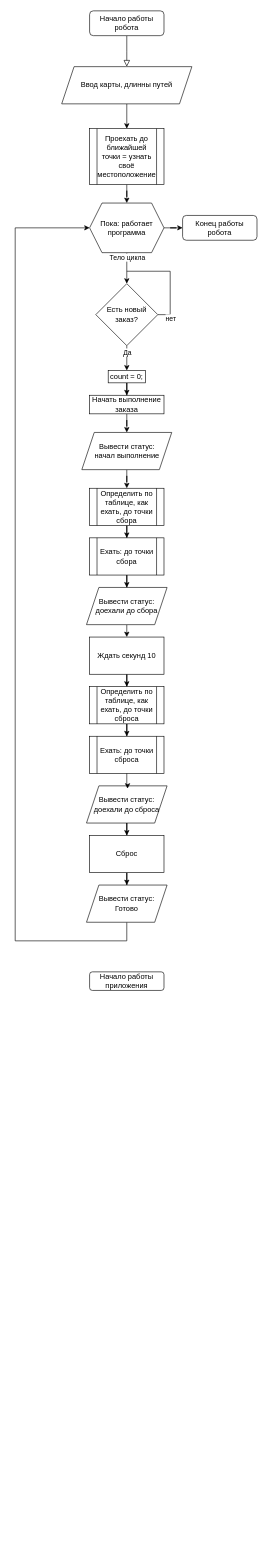
Above: OUR_SCHEMATICA.drawio in TransoChel/ProjectRobotLogistic (draw.io), before the change. Source tidied: cells renumbered, new cells numbered last; positions are measured from the earlier drawing's top-left corner, leaving out a move shared by most shapes. Both pictures are drawn from the tidied source at 62%, with x=0, y=0 at pixel (15, 11).
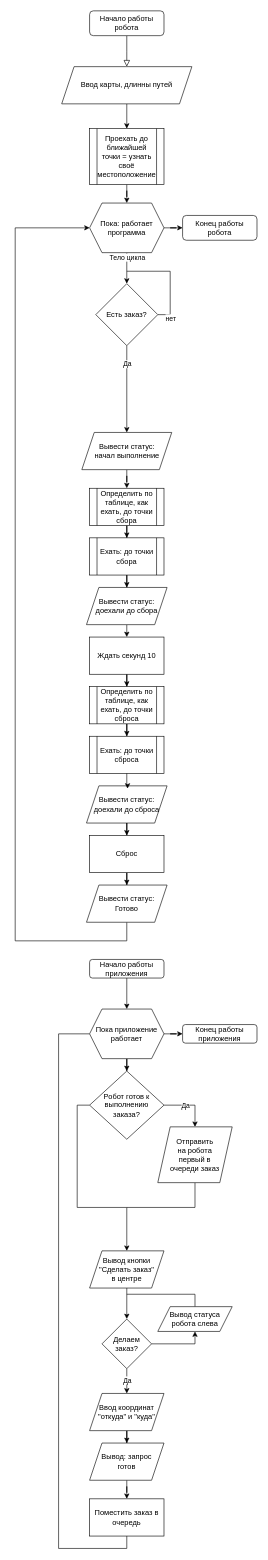
After the change.

The change refers to these unchanged cells:
```xml
<mxCell id="42" value="Вывести статус: &lt;br&gt;начал выполнение" style="shape=parallelogram;perimeter=parallelogramPerimeter;whiteSpace=wrap;html=1;fixedSize=1;" parent="1" vertex="1">
  <mxGeometry x="107.5" y="680" width="145" height="60" as="geometry" />
</mxCell>
```

What changed in the source:
```diff
@@
-    <mxCell id="10" style="edgeStyle=orthogonalEdgeStyle;rounded=0;jettySize=auto;html=1;entryX=0.5;entryY=0;entryDx=0;entryDy=0;" parent="1" edge="1" source="14" target="39">
+    <mxCell id="10" style="edgeStyle=orthogonalEdgeStyle;rounded=0;jettySize=auto;html=1;entryX=0.5;entryY=0;entryDx=0;entryDy=0;" parent="1" edge="1" source="14" target="42">
       <mxGeometry relative="1" as="geometry" />
     </mxCell>
@@
-    <mxCell id="14" value="Есть новый заказ?" style="rhombus;whiteSpace=wrap;html=1;" parent="1" vertex="1">
+    <mxCell id="14" value="Есть заказ?" style="rhombus;whiteSpace=wrap;html=1;" parent="1" vertex="1">
       <mxGeometry x="130" y="440" width="100" height="100" as="geometry" />
     </mxCell>
@@
-    <mxCell id="19" style="edgeStyle=orthogonalEdgeStyle;rounded=0;jettySize=auto;html=1;entryX=0.5;entryY=0;entryDx=0;entryDy=0;" parent="1" edge="1" source="20" target="42">
-      <mxGeometry relative="1" as="geometry" />
-    </mxCell>
-    <mxCell id="20" value="Начать выполнение заказа" style="rounded=0;whiteSpace=wrap;html=1;" parent="1" vertex="1">
-      <mxGeometry x="120" y="620" width="120" height="30" as="geometry" />
-    </mxCell>
@@
-    <mxCell id="38" style="edgeStyle=orthogonalEdgeStyle;rounded=0;jettySize=auto;html=1;entryX=0.5;entryY=0;entryDx=0;entryDy=0;" parent="1" edge="1" source="39" target="20">
-      <mxGeometry relative="1" as="geometry" />
-    </mxCell>
-    <mxCell id="39" value="count = 0;" style="rounded=0;whiteSpace=wrap;html=1;" parent="1" vertex="1">
-      <mxGeometry x="150" y="580" width="60" height="20" as="geometry" />
-    </mxCell>
+    <mxCell id="43" style="edgeStyle=orthogonalEdgeStyle;rounded=0;jettySize=auto;html=1;entryX=0.5;entryY=0;entryDx=0;entryDy=0;" parent="1" edge="1" source="40" target="57">
+      <mxGeometry relative="1" as="geometry" />
+    </mxCell>
     <mxCell id="40" value="Начало работы приложения" style="rounded=1;whiteSpace=wrap;html=1;" parent="1" vertex="1">
-      <mxGeometry x="120" y="1550" width="120" height="30" as="geometry" />
+      <mxGeometry x="120" y="1530" width="120" height="30" as="geometry" />
     </mxCell>
@@
+    <mxCell id="44" style="edgeStyle=orthogonalEdgeStyle;rounded=0;jettySize=auto;html=1;entryX=0.5;entryY=0;entryDx=0;entryDy=0;" parent="1" edge="1" source="45" target="49">
+      <mxGeometry relative="1" as="geometry" />
+    </mxCell>
+    <mxCell id="45" value="Вывод кнопки &quot;Сделать заказ&quot;&lt;br&gt;в центре" style="shape=parallelogram;perimeter=parallelogramPerimeter;whiteSpace=wrap;html=1;fixedSize=1;" parent="1" vertex="1">
+      <mxGeometry x="120" y="2000" width="120" height="60" as="geometry" />
+    </mxCell>
+    <mxCell id="46" style="edgeStyle=orthogonalEdgeStyle;rounded=0;jettySize=auto;html=1;entryX=0.5;entryY=0;entryDx=0;entryDy=0;" parent="1" edge="1" source="49" target="51">
+      <mxGeometry relative="1" as="geometry" />
+    </mxCell>
+    <mxCell id="47" value="Да" style="edgeLabel;html=1;align=center;verticalAlign=middle;" parent="46" vertex="1">
+      <mxGeometry x="-0.1" relative="1" as="geometry" />
+    </mxCell>
+    <mxCell id="48" style="edgeStyle=orthogonalEdgeStyle;rounded=0;jettySize=auto;html=1;entryX=0.5;entryY=1;entryDx=0;entryDy=0;" parent="1" edge="1" source="49" target="61">
+      <mxGeometry relative="1" as="geometry" />
+    </mxCell>
+    <mxCell id="49" value="Делаем заказ?" style="rhombus;whiteSpace=wrap;html=1;" parent="1" vertex="1">
+      <mxGeometry x="140" y="2110" width="80" height="80" as="geometry" />
+    </mxCell>
+    <mxCell id="50" style="edgeStyle=orthogonalEdgeStyle;rounded=0;jettySize=auto;html=1;" parent="1" edge="1" source="51" target="54">
+      <mxGeometry relative="1" as="geometry" />
+    </mxCell>
+    <mxCell id="51" value="Ввод координат &quot;откуда&quot; и &quot;куда&quot;" style="shape=parallelogram;perimeter=parallelogramPerimeter;whiteSpace=wrap;html=1;fixedSize=1;" parent="1" vertex="1">
+      <mxGeometry x="120" y="2230" width="120" height="60" as="geometry" />
+    </mxCell>
+    <mxCell id="52" style="edgeStyle=orthogonalEdgeStyle;rounded=0;jettySize=auto;html=1;exitX=0.5;exitY=1;exitDx=0;exitDy=0;endArrow=none;endFill=0;entryX=0;entryY=0.5;entryDx=0;entryDy=0;" parent="1" edge="1" source="62" target="57">
+      <mxGeometry relative="1" as="geometry">
+        <Array as="points">
+          <mxPoint x="180" y="2480" />
+          <mxPoint x="70" y="2480" />
+          <mxPoint x="70" y="1650" />
+        </Array>
+      </mxGeometry>
+    </mxCell>
+    <mxCell id="53" style="edgeStyle=orthogonalEdgeStyle;rounded=0;jettySize=auto;html=1;entryX=0.5;entryY=0;entryDx=0;entryDy=0;" parent="1" edge="1" source="54" target="62">
+      <mxGeometry relative="1" as="geometry" />
+    </mxCell>
+    <mxCell id="54" value="Вывод: запрос &lt;br&gt;готов" style="shape=parallelogram;perimeter=parallelogramPerimeter;whiteSpace=wrap;html=1;fixedSize=1;" parent="1" vertex="1">
+      <mxGeometry x="120" y="2310" width="120" height="60" as="geometry" />
+    </mxCell>
+    <mxCell id="55" style="edgeStyle=orthogonalEdgeStyle;rounded=0;jettySize=auto;html=1;entryX=0.5;entryY=0;entryDx=0;entryDy=0;exitX=0.5;exitY=1;exitDx=0;exitDy=0;" parent="1" edge="1" source="67" target="45">
+      <mxGeometry relative="1" as="geometry">
+        <Array as="points">
+          <mxPoint x="290" y="1930" />
+          <mxPoint x="180" y="1930" />
+        </Array>
+      </mxGeometry>
+    </mxCell>
+    <mxCell id="56" style="edgeStyle=orthogonalEdgeStyle;rounded=0;jettySize=auto;html=1;entryX=0.5;entryY=0;entryDx=0;entryDy=0;" parent="1" edge="1" source="57" target="66">
+      <mxGeometry relative="1" as="geometry" />
+    </mxCell>
+    <mxCell id="57" value="Пока приложение работает" style="shape=hexagon;perimeter=hexagonPerimeter2;whiteSpace=wrap;html=1;fixedSize=1;" parent="1" vertex="1">
+      <mxGeometry x="120" y="1610" width="120" height="80" as="geometry" />
+    </mxCell>
+    <mxCell id="58" value="Конец работы приложения" style="rounded=1;whiteSpace=wrap;html=1;" parent="1" vertex="1">
+      <mxGeometry x="270" y="1635" width="120" height="30" as="geometry" />
+    </mxCell>
+    <mxCell id="59" style="edgeStyle=orthogonalEdgeStyle;rounded=0;jettySize=auto;html=1;entryX=0;entryY=0.5;entryDx=0;entryDy=0;" parent="1" edge="1" source="57" target="58">
+      <mxGeometry relative="1" as="geometry" />
+    </mxCell>
+    <mxCell id="60" style="edgeStyle=orthogonalEdgeStyle;rounded=0;jettySize=auto;html=1;endArrow=none;endFill=0;" parent="1" edge="1" source="61">
+      <mxGeometry relative="1" as="geometry">
+        <mxPoint x="180" y="2070" as="targetPoint" />
+        <Array as="points">
+          <mxPoint x="290" y="2070" />
+        </Array>
+      </mxGeometry>
+    </mxCell>
+    <mxCell id="61" value="Вывод статуса &lt;br&gt;робота слева" style="shape=parallelogram;perimeter=parallelogramPerimeter;whiteSpace=wrap;html=1;fixedSize=1;" parent="1" vertex="1">
+      <mxGeometry x="230" y="2090" width="120" height="40" as="geometry" />
+    </mxCell>
+    <mxCell id="62" value="Поместить заказ в очередь" style="rounded=0;whiteSpace=wrap;html=1;" parent="1" vertex="1">
+      <mxGeometry x="120" y="2400" width="120" height="60" as="geometry" />
+    </mxCell>
+    <mxCell id="63" style="edgeStyle=orthogonalEdgeStyle;rounded=0;jettySize=auto;html=1;entryX=0.5;entryY=0;entryDx=0;entryDy=0;" parent="1" edge="1" source="66" target="67">
+      <mxGeometry relative="1" as="geometry">
+        <Array as="points">
+          <mxPoint x="290" y="1765" />
+        </Array>
+      </mxGeometry>
+    </mxCell>
+    <mxCell id="64" value="Да" style="edgeLabel;html=1;align=center;verticalAlign=middle;" parent="63" vertex="1">
+      <mxGeometry x="-0.19" relative="1" as="geometry" />
+    </mxCell>
+    <mxCell id="65" style="edgeStyle=orthogonalEdgeStyle;rounded=0;jettySize=auto;html=1;exitX=0;exitY=0.5;exitDx=0;exitDy=0;endArrow=none;endFill=0;" parent="1" edge="1" source="66">
+      <mxGeometry relative="1" as="geometry">
+        <mxPoint x="180" y="1930" as="targetPoint" />
+        <Array as="points">
+          <mxPoint x="100" y="1765" />
+          <mxPoint x="100" y="1930" />
+        </Array>
+      </mxGeometry>
+    </mxCell>
+    <mxCell id="66" value="Робот готов к выполнению &lt;br&gt;заказа?" style="rhombus;whiteSpace=wrap;html=1;" parent="1" vertex="1">
+      <mxGeometry x="120" y="1710" width="120" height="110" as="geometry" />
+    </mxCell>
+    <mxCell id="67" value="Отправить &lt;br&gt;на робота &lt;br&gt;первый в &lt;br&gt;очереди заказ" style="shape=parallelogram;perimeter=parallelogramPerimeter;whiteSpace=wrap;html=1;fixedSize=1;" parent="1" vertex="1">
+      <mxGeometry x="230" y="1800" width="120" height="90" as="geometry" />
+    </mxCell>
```
